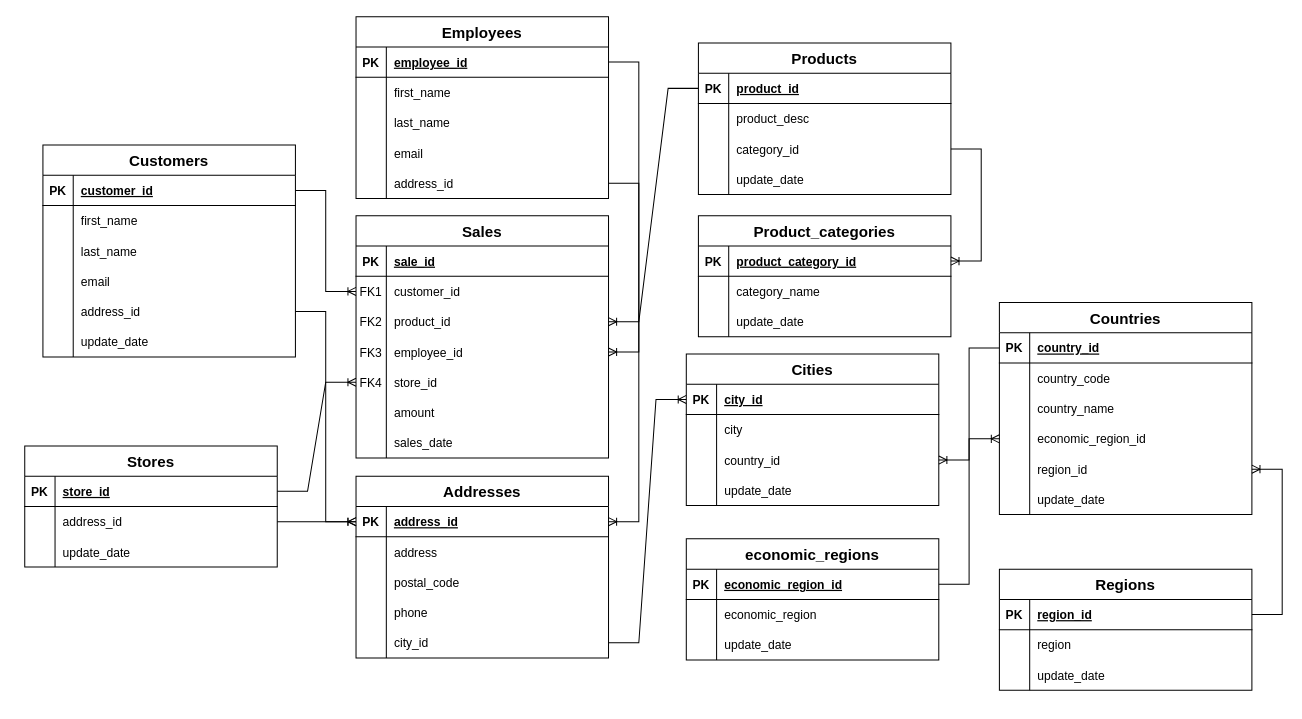
This is task2.1_start_schema.drawio from GiorgiEz/DB-modeling, a draw.io file, before an edit. Source tidied: cells renumbered, new cells numbered last; positions are measured from the earlier drawing's top-left corner, leaving out a move shared by most shapes. Both pictures are drawn from the tidied source at 101%, with x=0, y=0 at pixel (24, 16).
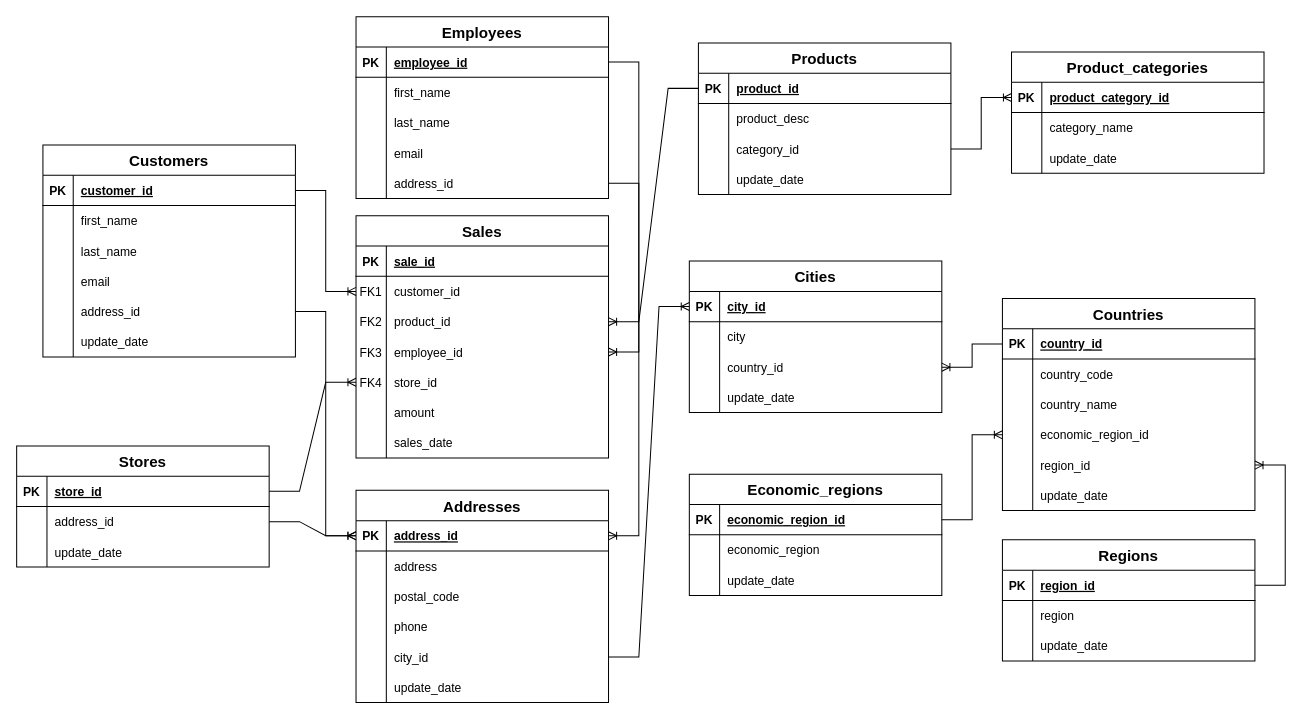
The same diagram, later.

Unchanged cells that the change refers to:
```xml
<mxCell id="31" style="shape=partialRectangle;fillColor=none;points=[[0,0.5],[1,0.5]];portConstraint=eastwest;top=0;left=0;right=0;bottom=0;" parent="24" vertex="1">
  <mxGeometry y="90" width="250" height="30" as="geometry" />
</mxCell>
<mxCell id="106" style="shape=partialRectangle;fillColor=none;points=[[0,0.5],[1,0.5]];portConstraint=eastwest;top=0;left=0;right=0;bottom=1;" parent="105" vertex="1">
  <mxGeometry y="30" width="250" height="30" as="geometry" />
</mxCell>
```

Change to the diagram source:
```diff
@@
     <mxCell id="57" value="Addresses" style="shape=table;startSize=30;childLayout=tableLayout;rowLines=0;fontStyle=1;align=center;fontSize=15;" parent="1" vertex="1">
-      <mxGeometry x="328" y="455" width="250" height="180" as="geometry" />
+      <mxGeometry x="328" y="469" width="250" height="210" as="geometry" />
     </mxCell>
@@
+    <mxCell id="172" style="shape=partialRectangle;fillColor=none;top=0;left=0;right=0;bottom=0;" parent="57" vertex="1">
+      <mxGeometry y="180" width="250" height="30" as="geometry" />
+    </mxCell>
+    <mxCell id="173" style="shape=partialRectangle;overflow=hidden;fillColor=none;top=0;left=0;bottom=0;right=0;" parent="172" vertex="1">
+      <mxGeometry width="30" height="30" as="geometry" />
+    </mxCell>
+    <mxCell id="174" value="update_date" style="shape=partialRectangle;overflow=hidden;fillColor=none;top=0;left=0;bottom=0;right=0;align=left;spacingLeft=6;" parent="172" vertex="1">
+      <mxGeometry x="30" width="220" height="30" as="geometry" />
+    </mxCell>
     <mxCell id="73" value="Stores" style="shape=table;startSize=30;childLayout=tableLayout;rowLines=0;fontStyle=1;align=center;fontSize=15;" parent="1" vertex="1">
-      <mxGeometry y="425" width="250" height="120" as="geometry" />
+      <mxGeometry x="-8" y="425" width="250" height="120" as="geometry" />
     </mxCell>
@@
     <mxCell id="105" value="Product_categories" style="shape=table;startSize=30;childLayout=tableLayout;rowLines=0;fontStyle=1;align=center;fontSize=15;" parent="1" vertex="1">
-      <mxGeometry x="667" y="197" width="250" height="120" as="geometry" />
+      <mxGeometry x="977" y="35" width="250" height="120" as="geometry" />
     </mxCell>
@@
-    <mxCell id="115" style="edgeStyle=entityRelationEdgeStyle;fontSize=12;html=1;endArrow=ERoneToMany;rounded=0;exitX=1;exitY=0.5;exitDx=0;exitDy=0;entryX=1;entryY=0.5;entryDx=0;entryDy=0;" parent="1" edge="1" source="31" target="106">
+    <mxCell id="115" style="edgeStyle=entityRelationEdgeStyle;fontSize=12;html=1;endArrow=ERoneToMany;rounded=0;exitX=1;exitY=0.5;exitDx=0;exitDy=0;entryX=0;entryY=0.5;entryDx=0;entryDy=0;" parent="1" edge="1" source="31" target="106">
       <mxGeometry relative="1" as="geometry" />
     </mxCell>
     <mxCell id="116" value="Cities" style="shape=table;startSize=30;childLayout=tableLayout;rowLines=0;fontStyle=1;align=center;fontSize=15;" parent="1" vertex="1">
-      <mxGeometry x="655" y="334" width="250" height="150" as="geometry" />
+      <mxGeometry x="658" y="242" width="250" height="150" as="geometry" />
     </mxCell>
@@
     <mxCell id="129" value="Countries" style="shape=table;startSize=30;childLayout=tableLayout;rowLines=0;fontStyle=1;align=center;fontSize=15;" parent="1" vertex="1">
-      <mxGeometry x="965" y="283" width="250" height="210" as="geometry" />
+      <mxGeometry x="968" y="279" width="250" height="210" as="geometry" />
     </mxCell>
@@
     <mxCell id="149" value="Regions" style="shape=table;startSize=30;childLayout=tableLayout;rowLines=0;fontStyle=1;align=center;fontSize=15;" parent="1" vertex="1">
-      <mxGeometry x="965" y="547" width="250" height="120" as="geometry" />
+      <mxGeometry x="968" y="518" width="250" height="120" as="geometry" />
     </mxCell>
@@
-    <mxCell id="159" value="economic_regions" style="shape=table;startSize=30;childLayout=tableLayout;rowLines=0;fontStyle=1;align=center;fontSize=15;" parent="1" vertex="1">
-      <mxGeometry x="655" y="517" width="250" height="120" as="geometry" />
+    <mxCell id="159" value="Economic_regions" style="shape=table;startSize=30;childLayout=tableLayout;rowLines=0;fontStyle=1;align=center;fontSize=15;" parent="1" vertex="1">
+      <mxGeometry x="658" y="453" width="250" height="120" as="geometry" />
     </mxCell>
```
